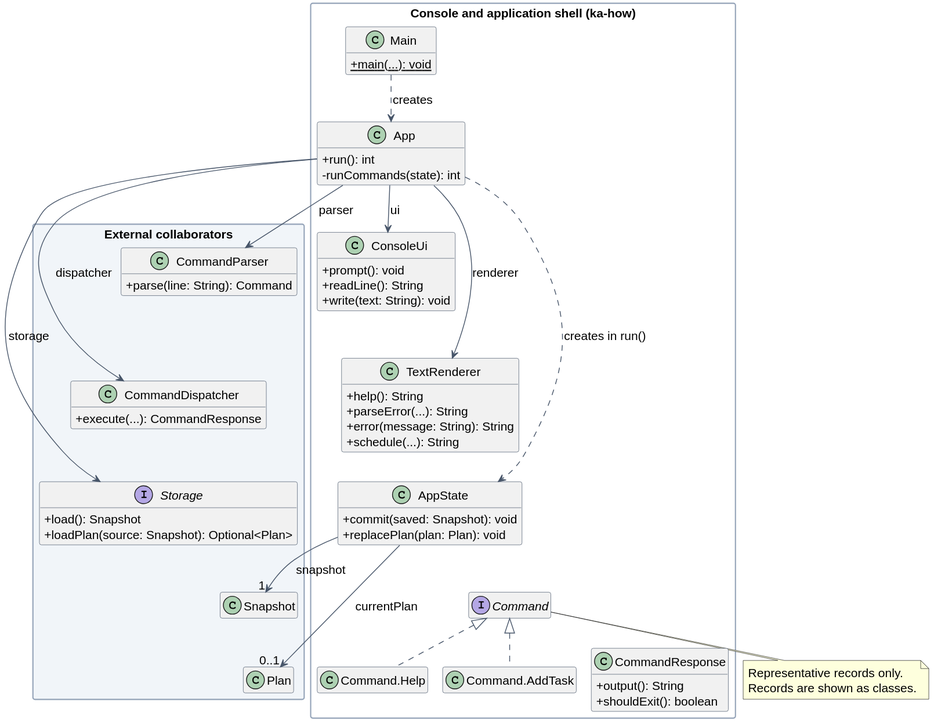
Before: docs/images/ka-how-console-classes.svg, a diagram exported from PlantUML (AY2627S1-CS2113-T10-1/tp). Its diagram source:
```plantuml
@startuml
!pragma layout smetana
skinparam backgroundColor white
skinparam shadowing false
skinparam defaultFontName SansSerif
skinparam defaultFontSize 15
skinparam classAttributeIconSize 0
skinparam packageStyle rectangle
skinparam ArrowColor #475569
skinparam classBorderColor #475569
skinparam packageBorderColor #94A3B8
hide empty members
top to bottom direction

package "Console and application shell (ka-how)" {
    class Main {
        {static} +main(...): void
    }
    class App {
        +run(): int
        -runCommands(state): int
    }
    class ConsoleUi {
        +prompt(): void
        +readLine(): String
        +write(text: String): void
    }
    class TextRenderer {
        +help(): String
        +parseError(...): String
        +error(message: String): String
        +schedule(...): String
    }
    class AppState {
        +commit(saved: Snapshot): void
        +replacePlan(plan: Plan): void
    }
    interface Command
    class "Command.Help" as Help
    class "Command.AddTask" as AddTask
    class CommandResponse {
        +output(): String
        +shouldExit(): boolean
    }
}

package "External collaborators" #F1F5F9 {
    class CommandParser {
        +parse(line: String): Command
    }
    class CommandDispatcher {
        +execute(...): CommandResponse
    }
    interface Storage {
        +load(): Snapshot
        +loadPlan(source: Snapshot): Optional<Plan>
    }
    class Snapshot
    class Plan
}

Main ..> App : creates
App --> ConsoleUi : ui
App --> TextRenderer : renderer
App --> CommandParser : parser
App --> CommandDispatcher : dispatcher
App --> Storage : storage
App ..> AppState : creates in run()
Command <|.. Help
Command <|.. AddTask
AppState --> "1" Snapshot : snapshot
AppState --> "0..1" Plan : currentPlan

ConsoleUi -[hidden]down-> TextRenderer
TextRenderer -[hidden]down-> AppState
AppState -[hidden]down-> Command
Command -[hidden]down-> CommandResponse
CommandParser -[hidden]down-> CommandDispatcher
CommandDispatcher -[hidden]down-> Storage
Storage -[hidden]down-> Snapshot
Snapshot -[hidden]down-> Plan

note bottom of Command
  Representative records only.
  Records are shown as classes.
end note
@enduml
```
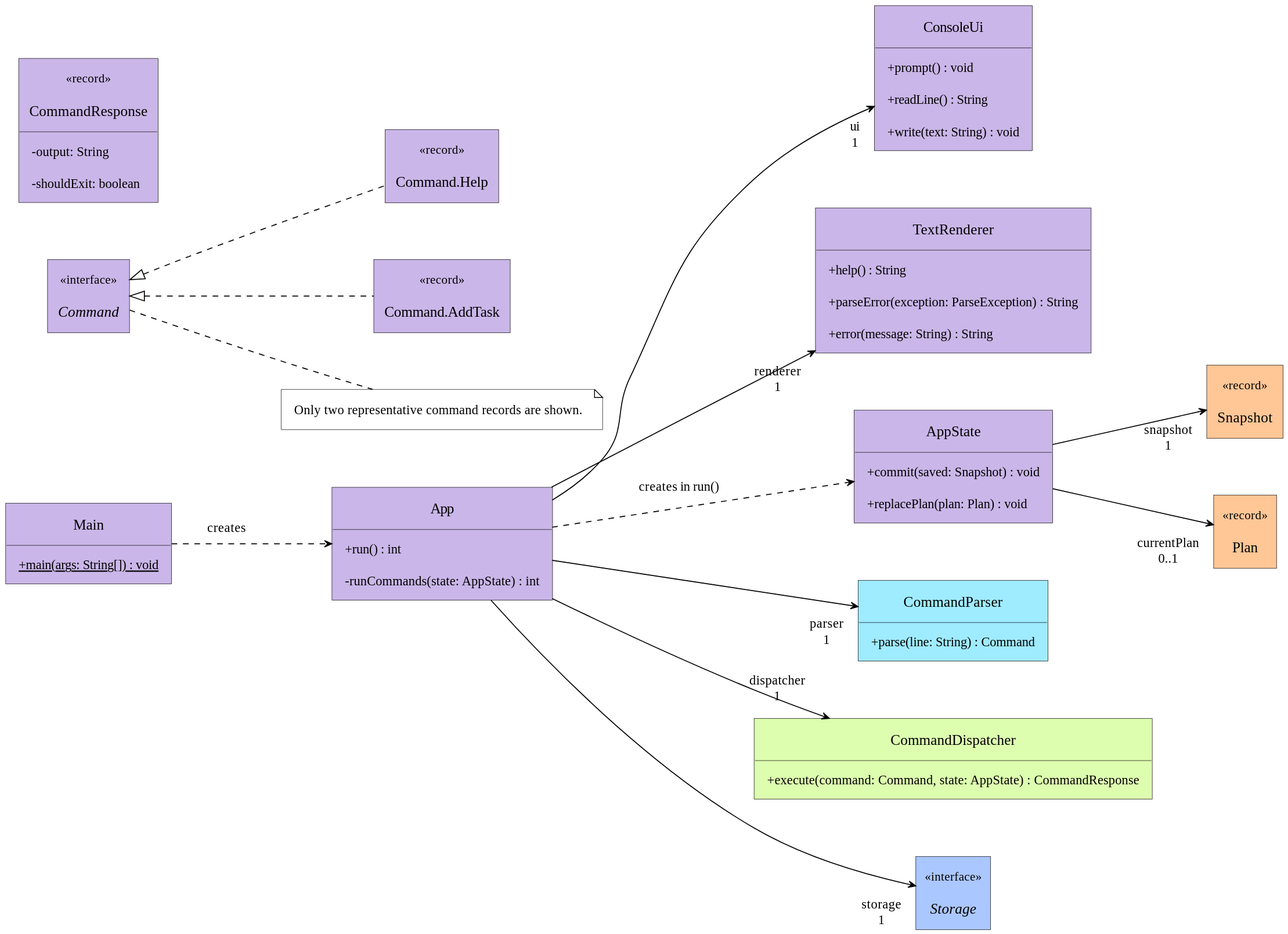
Later version of the same file.

Change to the diagram source:
```diff
@@ -1,87 +1,60 @@
 @startuml
-!pragma layout smetana
-skinparam backgroundColor white
-skinparam shadowing false
-skinparam defaultFontName SansSerif
-skinparam defaultFontSize 15
-skinparam classAttributeIconSize 0
-skinparam packageStyle rectangle
-skinparam ArrowColor #475569
-skinparam classBorderColor #475569
-skinparam packageBorderColor #94A3B8
+!include course-style.puml
+left to right direction
 hide empty members
-top to bottom direction
 
-package "Console and application shell (ka-how)" {
-    class Main {
-        {static} +main(...): void
-    }
-    class App {
-        +run(): int
-        -runCommands(state): int
-    }
-    class ConsoleUi {
-        +prompt(): void
-        +readLine(): String
-        +write(text: String): void
-    }
-    class TextRenderer {
-        +help(): String
-        +parseError(...): String
-        +error(message: String): String
-        +schedule(...): String
-    }
-    class AppState {
-        +commit(saved: Snapshot): void
-        +replacePlan(plan: Plan): void
-    }
-    interface Command
-    class "Command.Help" as Help
-    class "Command.AddTask" as AddTask
-    class CommandResponse {
-        +output(): String
-        +shouldExit(): boolean
-    }
+class Main SHELL {
+    {static} + main(args: String[]) : void
 }
-
-package "External collaborators" #F1F5F9 {
-    class CommandParser {
-        +parse(line: String): Command
-    }
-    class CommandDispatcher {
-        +execute(...): CommandResponse
-    }
-    interface Storage {
-        +load(): Snapshot
-        +loadPlan(source: Snapshot): Optional<Plan>
-    }
-    class Snapshot
-    class Plan
+class App SHELL {
+    + run() : int
+    - runCommands(state: AppState) : int
 }
+class ConsoleUi SHELL {
+    + prompt() : void
+    + readLine() : String
+    + write(text: String) : void
+}
+class TextRenderer SHELL {
+    + help() : String
+    + parseError(exception: ParseException) : String
+    + error(message: String) : String
+}
+class AppState SHELL {
+    + commit(saved: Snapshot) : void
+    + replacePlan(plan: Plan) : void
+}
+interface Command <<interface>> SHELL
+class "Command.Help" as Help <<record>> SHELL
+class "Command.AddTask" as AddTask <<record>> SHELL
+class CommandResponse <<record>> SHELL {
+    - output: String
+    - shouldExit: boolean
+}
+class CommandParser PARSING {
+    + parse(line: String) : Command
+}
+class CommandDispatcher DOMAIN {
+    + execute(command: Command, state: AppState) : CommandResponse
+}
+interface Storage <<interface>> PERSISTENCE
+class Snapshot <<record>> VALUES
+class Plan <<record>> VALUES
 
 Main ..> App : creates
-App --> ConsoleUi : ui
-App --> TextRenderer : renderer
-App --> CommandParser : parser
-App --> CommandDispatcher : dispatcher
-App --> Storage : storage
+App --> "ui\n1" ConsoleUi
+App --> "renderer\n1" TextRenderer
+App --> "parser\n1" CommandParser
+App --> "dispatcher\n1" CommandDispatcher
+App --> "storage\n1" Storage
 App ..> AppState : creates in run()
 Command <|.. Help
 Command <|.. AddTask
-AppState --> "1" Snapshot : snapshot
-AppState --> "0..1" Plan : currentPlan
+AppState --> "snapshot\n1" Snapshot
+AppState --> "currentPlan\n0..1" Plan
 
-ConsoleUi -[hidden]down-> TextRenderer
-TextRenderer -[hidden]down-> AppState
-AppState -[hidden]down-> Command
-Command -[hidden]down-> CommandResponse
-CommandParser -[hidden]down-> CommandDispatcher
-CommandDispatcher -[hidden]down-> Storage
-Storage -[hidden]down-> Snapshot
-Snapshot -[hidden]down-> Plan
-
-note bottom of Command
-  Representative records only.
-  Records are shown as classes.
+note as CommandNote
+  Only two representative command records are shown.
 end note
+Command .. CommandNote
 @enduml
```
